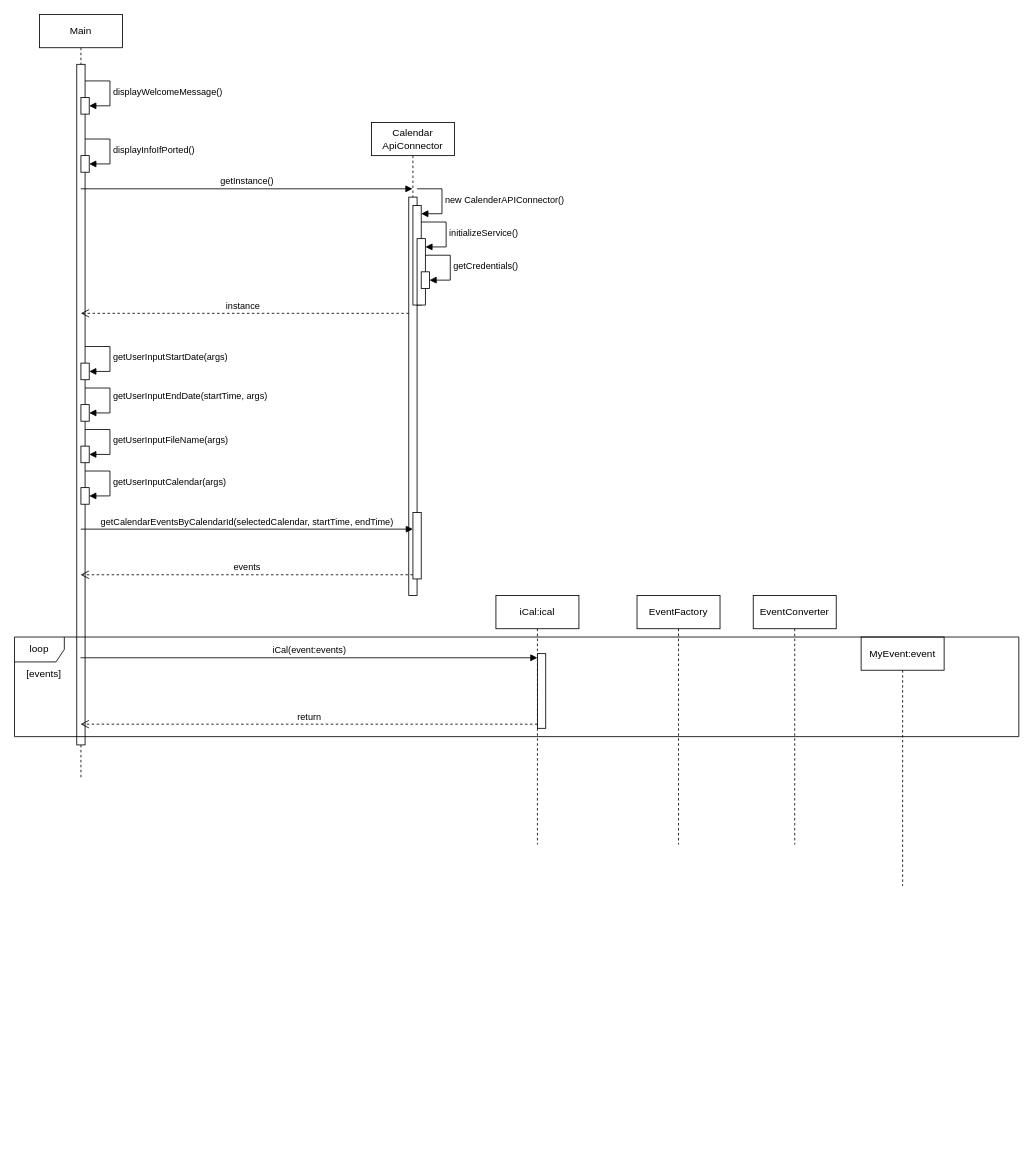
The draw.io diagram page "Sequenz-Diagramm" (2 of 2) of docs/Klassendiagramm.drawio in Edamame04/google_calendar_iCal, before the edit. Source tidied: cells renumbered, new cells numbered last; positions are measured from the earlier drawing's top-left corner, leaving out a move shared by most shapes. Both pictures are drawn from the tidied source at 83%, with x=0, y=0 at pixel (14, 14).
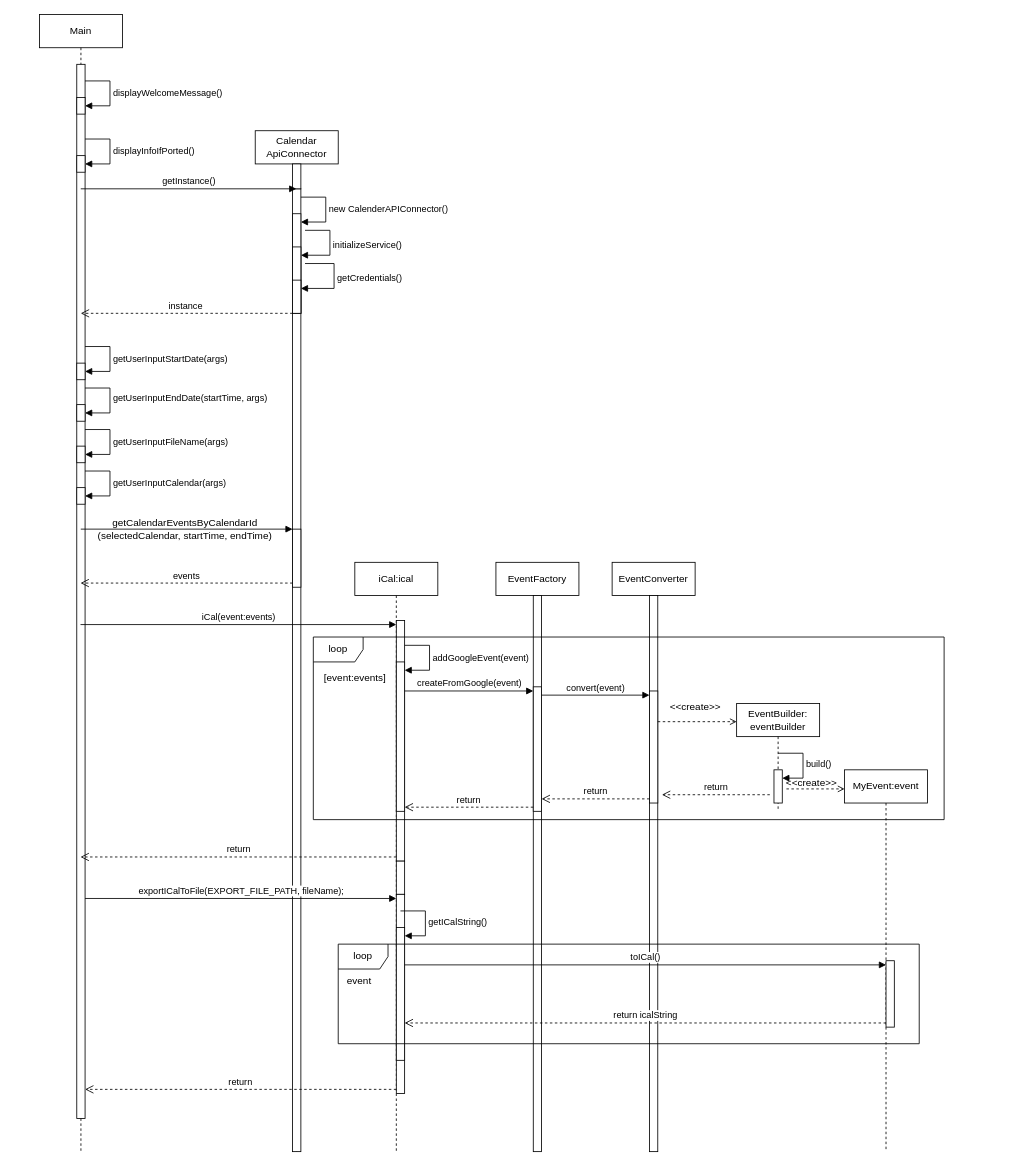
The same page after the edit.

The edit, as a diff of the source:
```diff
@@
     <mxCell id="2" value="Main" style="shape=umlLifeline;perimeter=lifelinePerimeter;whiteSpace=wrap;html=1;outlineConnect=0;portConstraint=eastwest;newEdgeStyle={&quot;curved&quot;:0,&quot;rounded&quot;:0};" parent="1" vertex="1">
-      <mxGeometry x="30" width="100" height="920" as="geometry" />
+      <mxGeometry x="30" width="100" height="1370" as="geometry" />
     </mxCell>
     <mxCell id="3" style="html=1;points=[[0,0,0,0,5],[0,1,0,0,-5],[1,0,0,0,5],[1,1,0,0,-5]];perimeter=orthogonalPerimeter;outlineConnect=0;targetShapes=umlLifeline;portConstraint=eastwest;newEdgeStyle={&quot;curved&quot;:0,&quot;rounded&quot;:0};" parent="2" vertex="1">
-      <mxGeometry x="45" y="60" width="10" height="820" as="geometry" />
+      <mxGeometry x="45" y="60" width="10" height="1270" as="geometry" />
     </mxCell>
     <mxCell id="4" style="html=1;points=[[0,0,0,0,5],[0,1,0,0,-5],[1,0,0,0,5],[1,1,0,0,-5]];perimeter=orthogonalPerimeter;outlineConnect=0;targetShapes=umlLifeline;portConstraint=eastwest;newEdgeStyle={&quot;curved&quot;:0,&quot;rounded&quot;:0};" parent="2" vertex="1">
-      <mxGeometry x="50" y="170" width="10" height="20" as="geometry" />
+      <mxGeometry x="45" y="170" width="10" height="20" as="geometry" />
     </mxCell>
@@
     <mxCell id="6" style="html=1;points=[[0,0,0,0,5],[0,1,0,0,-5],[1,0,0,0,5],[1,1,0,0,-5]];perimeter=orthogonalPerimeter;outlineConnect=0;targetShapes=umlLifeline;portConstraint=eastwest;newEdgeStyle={&quot;curved&quot;:0,&quot;rounded&quot;:0};" parent="2" vertex="1">
-      <mxGeometry x="50" y="100" width="10" height="20" as="geometry" />
+      <mxGeometry x="45" y="100" width="10" height="20" as="geometry" />
     </mxCell>
@@
     <mxCell id="8" style="html=1;points=[[0,0,0,0,5],[0,1,0,0,-5],[1,0,0,0,5],[1,1,0,0,-5]];perimeter=orthogonalPerimeter;outlineConnect=0;targetShapes=umlLifeline;portConstraint=eastwest;newEdgeStyle={&quot;curved&quot;:0,&quot;rounded&quot;:0};" parent="2" vertex="1">
-      <mxGeometry x="50" y="420" width="10" height="20" as="geometry" />
+      <mxGeometry x="45" y="420" width="10" height="20" as="geometry" />
     </mxCell>
@@
     <mxCell id="10" style="html=1;points=[[0,0,0,0,5],[0,1,0,0,-5],[1,0,0,0,5],[1,1,0,0,-5]];perimeter=orthogonalPerimeter;outlineConnect=0;targetShapes=umlLifeline;portConstraint=eastwest;newEdgeStyle={&quot;curved&quot;:0,&quot;rounded&quot;:0};" parent="2" vertex="1">
-      <mxGeometry x="50" y="470" width="10" height="20" as="geometry" />
+      <mxGeometry x="45" y="470" width="10" height="20" as="geometry" />
     </mxCell>
@@
     <mxCell id="12" style="html=1;points=[[0,0,0,0,5],[0,1,0,0,-5],[1,0,0,0,5],[1,1,0,0,-5]];perimeter=orthogonalPerimeter;outlineConnect=0;targetShapes=umlLifeline;portConstraint=eastwest;newEdgeStyle={&quot;curved&quot;:0,&quot;rounded&quot;:0};" parent="2" vertex="1">
-      <mxGeometry x="50" y="520" width="10" height="20" as="geometry" />
+      <mxGeometry x="45" y="520" width="10" height="20" as="geometry" />
     </mxCell>
@@
     <mxCell id="14" style="html=1;points=[[0,0,0,0,5],[0,1,0,0,-5],[1,0,0,0,5],[1,1,0,0,-5]];perimeter=orthogonalPerimeter;outlineConnect=0;targetShapes=umlLifeline;portConstraint=eastwest;newEdgeStyle={&quot;curved&quot;:0,&quot;rounded&quot;:0};" parent="2" vertex="1">
-      <mxGeometry x="50" y="570" width="10" height="20" as="geometry" />
+      <mxGeometry x="45" y="570" width="10" height="20" as="geometry" />
     </mxCell>
@@
     <mxCell id="16" value="Calendar&lt;div&gt;ApiConnector&lt;/div&gt;" style="shape=umlLifeline;perimeter=lifelinePerimeter;whiteSpace=wrap;html=1;outlineConnect=0;portConstraint=eastwest;newEdgeStyle={&quot;curved&quot;:0,&quot;rounded&quot;:0};" parent="1" vertex="1">
-      <mxGeometry x="430" y="130" width="100" height="570" as="geometry" />
+      <mxGeometry x="290" y="140" width="100" height="1230" as="geometry" />
     </mxCell>
     <mxCell id="17" style="html=1;points=[[0,0,0,0,5],[0,1,0,0,-5],[1,0,0,0,5],[1,1,0,0,-5]];perimeter=orthogonalPerimeter;outlineConnect=0;targetShapes=umlLifeline;portConstraint=eastwest;newEdgeStyle={&quot;curved&quot;:0,&quot;rounded&quot;:0};" parent="16" vertex="1">
-      <mxGeometry x="45" y="90" width="10" height="480" as="geometry" />
+      <mxGeometry x="45" y="70" width="10" height="1160" as="geometry" />
     </mxCell>
     <mxCell id="18" style="html=1;points=[[0,0,0,0,5],[0,1,0,0,-5],[1,0,0,0,5],[1,1,0,0,-5]];perimeter=orthogonalPerimeter;outlineConnect=0;targetShapes=umlLifeline;portConstraint=eastwest;newEdgeStyle={&quot;curved&quot;:0,&quot;rounded&quot;:0};" parent="16" vertex="1">
-      <mxGeometry x="50" y="100" width="10" height="120" as="geometry" />
+      <mxGeometry x="45" y="100" width="10" height="120" as="geometry" />
     </mxCell>
@@
     <mxCell id="20" style="html=1;points=[[0,0,0,0,5],[0,1,0,0,-5],[1,0,0,0,5],[1,1,0,0,-5]];perimeter=orthogonalPerimeter;outlineConnect=0;targetShapes=umlLifeline;portConstraint=eastwest;newEdgeStyle={&quot;curved&quot;:0,&quot;rounded&quot;:0};" parent="16" vertex="1">
-      <mxGeometry x="55" y="140" width="10" height="80" as="geometry" />
+      <mxGeometry x="45" y="140" width="10" height="80" as="geometry" />
     </mxCell>
@@
     <mxCell id="22" style="html=1;points=[[0,0,0,0,5],[0,1,0,0,-5],[1,0,0,0,5],[1,1,0,0,-5]];perimeter=orthogonalPerimeter;outlineConnect=0;targetShapes=umlLifeline;portConstraint=eastwest;newEdgeStyle={&quot;curved&quot;:0,&quot;rounded&quot;:0};" parent="16" vertex="1">
-      <mxGeometry x="60" y="180" width="10" height="20" as="geometry" />
+      <mxGeometry x="45" y="180" width="10" height="40" as="geometry" />
     </mxCell>
     <mxCell id="23" value="getCredentials()" style="html=1;align=left;spacingLeft=2;endArrow=block;rounded=0;edgeStyle=orthogonalEdgeStyle;curved=0;rounded=0;" parent="16" edge="1" target="22">
       <mxGeometry relative="1" as="geometry">
-        <mxPoint x="65" y="160" as="sourcePoint" />
+        <mxPoint x="60" y="160" as="sourcePoint" />
         <Array as="points">
           <mxPoint x="95" y="190" />
         </Array>
       </mxGeometry>
     </mxCell>
     <mxCell id="24" style="html=1;points=[[0,0,0,0,5],[0,1,0,0,-5],[1,0,0,0,5],[1,1,0,0,-5]];perimeter=orthogonalPerimeter;outlineConnect=0;targetShapes=umlLifeline;portConstraint=eastwest;newEdgeStyle={&quot;curved&quot;:0,&quot;rounded&quot;:0};" parent="16" vertex="1">
-      <mxGeometry x="50" y="470" width="10" height="80" as="geometry" />
+      <mxGeometry x="45" y="480" width="10" height="70" as="geometry" />
     </mxCell>
+    <mxCell id="38" style="html=1;perimeter=orthogonalPerimeter;targetShapes=umlLifeline;newEdgeStyle={&quot;curved&quot;:0,&quot;rounded&quot;:0};" parent="16" vertex="1">
+      <mxGeometry x="45" y="40" width="10" height="30" as="geometry" />
+    </mxCell>
@@
-    <mxCell id="27" value="getCalendarEventsByCalendarId(selectedCalendar, startTime, endTime)" style="html=1;verticalAlign=bottom;endArrow=block;curved=0;rounded=0;entryX=0;entryY=0;entryDx=0;entryDy=5;" parent="1" edge="1">
+    <mxCell id="27" style="html=1;verticalAlign=bottom;endArrow=block;curved=0;rounded=0;" parent="1" edge="1" target="24">
       <mxGeometry relative="1" as="geometry">
         <mxPoint x="79.8" y="620" as="sourcePoint" />
-        <mxPoint x="480" y="620" as="targetPoint" />
       </mxGeometry>
     </mxCell>
@@
     <mxCell id="29" value="iCal:ical" style="shape=umlLifeline;perimeter=lifelinePerimeter;whiteSpace=wrap;html=1;newEdgeStyle={&quot;curved&quot;:0,&quot;rounded&quot;:0};" parent="1" vertex="1">
-      <mxGeometry x="580" y="700" width="100" height="300" as="geometry" />
+      <mxGeometry x="410" y="660" width="100" height="710" as="geometry" />
     </mxCell>
     <mxCell id="30" style="html=1;points=[[0,0,0,0,5],[0,1,0,0,-5],[1,0,0,0,5],[1,1,0,0,-5]];perimeter=orthogonalPerimeter;outlineConnect=0;targetShapes=umlLifeline;portConstraint=eastwest;newEdgeStyle={&quot;curved&quot;:0,&quot;rounded&quot;:0};" parent="29" vertex="1">
-      <mxGeometry x="50" y="70" width="10" height="90" as="geometry" />
+      <mxGeometry x="50" y="70" width="10" height="290" as="geometry" />
     </mxCell>
+    <mxCell id="39" style="html=1;perimeter=orthogonalPerimeter;targetShapes=umlLifeline;newEdgeStyle={&quot;curved&quot;:0,&quot;rounded&quot;:0};" parent="29" vertex="1">
+      <mxGeometry x="50" y="360" width="10" height="40" as="geometry" />
+    </mxCell>
+    <mxCell id="40" style="html=1;points=[[0,0,0,0,5],[0,1,0,0,-5],[1,0,0,0,5],[1,1,0,0,-5]];perimeter=orthogonalPerimeter;outlineConnect=0;targetShapes=umlLifeline;portConstraint=eastwest;newEdgeStyle={&quot;curved&quot;:0,&quot;rounded&quot;:0};" parent="29" vertex="1">
+      <mxGeometry x="50" y="400" width="10" height="240" as="geometry" />
+    </mxCell>
+    <mxCell id="41" style="html=1;points=[[0,0,0,0,5],[0,1,0,0,-5],[1,0,0,0,5],[1,1,0,0,-5]];perimeter=orthogonalPerimeter;outlineConnect=0;targetShapes=umlLifeline;portConstraint=eastwest;newEdgeStyle={&quot;curved&quot;:0,&quot;rounded&quot;:0};" parent="29" vertex="1">
+      <mxGeometry x="50" y="440" width="10" height="160" as="geometry" />
+    </mxCell>
+    <mxCell id="42" value="getICalString()" style="html=1;align=left;spacingLeft=2;endArrow=block;rounded=0;edgeStyle=orthogonalEdgeStyle;curved=0;rounded=0;" parent="29" edge="1" target="41">
+      <mxGeometry relative="1" as="geometry">
+        <mxPoint x="55" y="420" as="sourcePoint" />
+        <Array as="points">
+          <mxPoint x="85" y="450" />
+        </Array>
+      </mxGeometry>
+    </mxCell>
@@
     <mxCell id="33" value="MyEvent:event" style="shape=umlLifeline;perimeter=lifelinePerimeter;whiteSpace=wrap;html=1;newEdgeStyle={&quot;curved&quot;:0,&quot;rounded&quot;:0};" parent="1" vertex="1">
-      <mxGeometry x="1020" y="750" width="100" height="300" as="geometry" />
+      <mxGeometry x="1000" y="910" width="100" height="460" as="geometry" />
     </mxCell>
+    <mxCell id="43" style="html=1;points=[[0,0,0,0,5],[0,1,0,0,-5],[1,0,0,0,5],[1,1,0,0,-5]];perimeter=orthogonalPerimeter;outlineConnect=0;targetShapes=umlLifeline;portConstraint=eastwest;newEdgeStyle={&quot;curved&quot;:0,&quot;rounded&quot;:0};" parent="33" vertex="1">
+      <mxGeometry x="50" y="230" width="10" height="80" as="geometry" />
+    </mxCell>
     <mxCell id="34" value="EventFactory" style="shape=umlLifeline;perimeter=lifelinePerimeter;whiteSpace=wrap;html=1;newEdgeStyle={&quot;curved&quot;:0,&quot;rounded&quot;:0};" parent="1" vertex="1">
-      <mxGeometry x="750" y="700" width="100" height="300" as="geometry" />
+      <mxGeometry x="580" y="660" width="100" height="710" as="geometry" />
     </mxCell>
+    <mxCell id="44" style="html=1;perimeter=orthogonalPerimeter;targetShapes=umlLifeline;newEdgeStyle={&quot;curved&quot;:0,&quot;rounded&quot;:0};" parent="34" vertex="1">
+      <mxGeometry x="45" y="40" width="10" height="670" as="geometry" />
+    </mxCell>
     <mxCell id="35" value="EventConverter" style="shape=umlLifeline;perimeter=lifelinePerimeter;whiteSpace=wrap;html=1;newEdgeStyle={&quot;curved&quot;:0,&quot;rounded&quot;:0};" parent="1" vertex="1">
-      <mxGeometry x="890" y="700" width="100" height="300" as="geometry" />
+      <mxGeometry x="720" y="660" width="100" height="710" as="geometry" />
     </mxCell>
+    <mxCell id="45" style="html=1;perimeter=orthogonalPerimeter;targetShapes=umlLifeline;newEdgeStyle={&quot;curved&quot;:0,&quot;rounded&quot;:0};" parent="35" vertex="1">
+      <mxGeometry x="45" y="40" width="10" height="670" as="geometry" />
+    </mxCell>
     <mxCell id="36" value="loop" style="shape=umlFrame;whiteSpace=wrap;html=1;" parent="1" vertex="1">
-      <mxGeometry y="750" width="1210" height="120" as="geometry" />
+      <mxGeometry x="360" y="750" width="760" height="220" as="geometry" />
     </mxCell>
-    <mxCell id="37" value="[events]" style="text;html=1;align=center;verticalAlign=middle;strokeColor=none;fillColor=none;" parent="1" vertex="1">
-      <mxGeometry y="780" width="70" height="30" as="geometry" />
+    <mxCell id="37" value="[event:events]" style="text;html=1;align=center;verticalAlign=middle;strokeColor=none;fillColor=none;" parent="1" vertex="1">
+      <mxGeometry x="360" y="785" width="100" height="30" as="geometry" />
     </mxCell>
+    <mxCell id="46" value="getCalendarEventsByCalendarId&lt;div&gt;(selectedCalendar, startTime, endTime)&lt;/div&gt;" style="text;html=1;align=center;verticalAlign=middle;strokeColor=none;fillColor=none;" parent="1" vertex="1">
+      <mxGeometry x="90" y="600" width="230" height="40" as="geometry" />
+    </mxCell>
+    <mxCell id="47" style="html=1;points=[[0,0,0,0,5],[0,1,0,0,-5],[1,0,0,0,5],[1,1,0,0,-5]];perimeter=orthogonalPerimeter;outlineConnect=0;targetShapes=umlLifeline;portConstraint=eastwest;newEdgeStyle={&quot;curved&quot;:0,&quot;rounded&quot;:0};" parent="1" vertex="1">
+      <mxGeometry x="460" y="780" width="10" height="180" as="geometry" />
+    </mxCell>
+    <mxCell id="48" value="addGoogleEvent(event)" style="html=1;align=left;spacingLeft=2;endArrow=block;rounded=0;edgeStyle=orthogonalEdgeStyle;curved=0;rounded=0;" parent="1" edge="1" target="47">
+      <mxGeometry relative="1" as="geometry">
+        <mxPoint x="470" y="760" as="sourcePoint" />
+        <Array as="points">
+          <mxPoint x="500" y="790" />
+        </Array>
+      </mxGeometry>
+    </mxCell>
+    <mxCell id="49" style="html=1;points=[[0,0,0,0,5],[0,1,0,0,-5],[1,0,0,0,5],[1,1,0,0,-5]];perimeter=orthogonalPerimeter;outlineConnect=0;targetShapes=umlLifeline;portConstraint=eastwest;newEdgeStyle={&quot;curved&quot;:0,&quot;rounded&quot;:0};" parent="1" vertex="1">
+      <mxGeometry x="625" y="810" width="10" height="150" as="geometry" />
+    </mxCell>
+    <mxCell id="50" value="createFromGoogle(event)" style="html=1;verticalAlign=bottom;endArrow=block;curved=0;rounded=0;entryX=0;entryY=0;entryDx=0;entryDy=5;" parent="1" edge="1" source="47" target="49">
+      <mxGeometry relative="1" as="geometry" />
+    </mxCell>
+    <mxCell id="51" value="return" style="html=1;verticalAlign=bottom;endArrow=open;dashed=1;endSize=8;curved=0;rounded=0;exitX=0;exitY=1;exitDx=0;exitDy=-5;" parent="1" edge="1" source="49" target="47">
+      <mxGeometry relative="1" as="geometry" />
+    </mxCell>
+    <mxCell id="52" style="html=1;points=[[0,0,0,0,5],[0,1,0,0,-5],[1,0,0,0,5],[1,1,0,0,-5]];perimeter=orthogonalPerimeter;outlineConnect=0;targetShapes=umlLifeline;portConstraint=eastwest;newEdgeStyle={&quot;curved&quot;:0,&quot;rounded&quot;:0};" parent="1" vertex="1">
+      <mxGeometry x="765" y="815" width="10" height="135" as="geometry" />
+    </mxCell>
+    <mxCell id="53" value="convert(event)" style="html=1;verticalAlign=bottom;endArrow=block;curved=0;rounded=0;entryX=0;entryY=0;entryDx=0;entryDy=5;" parent="1" edge="1" source="49" target="52">
+      <mxGeometry relative="1" as="geometry" />
+    </mxCell>
+    <mxCell id="54" value="return" style="html=1;verticalAlign=bottom;endArrow=open;dashed=1;endSize=8;curved=0;rounded=0;exitX=0;exitY=1;exitDx=0;exitDy=-5;" parent="1" edge="1" source="52" target="49">
+      <mxGeometry relative="1" as="geometry" />
+    </mxCell>
+    <mxCell id="55" value="EventBuilder:&lt;div&gt;eventBuilder&lt;/div&gt;" style="shape=umlLifeline;perimeter=lifelinePerimeter;whiteSpace=wrap;html=1;newEdgeStyle={&quot;curved&quot;:0,&quot;rounded&quot;:0};" parent="1" vertex="1">
+      <mxGeometry x="870" y="830" width="100" height="130" as="geometry" />
+    </mxCell>
+    <mxCell id="56" style="html=1;points=[[0,0,0,0,5],[0,1,0,0,-5],[1,0,0,0,5],[1,1,0,0,-5]];perimeter=orthogonalPerimeter;outlineConnect=0;targetShapes=umlLifeline;portConstraint=eastwest;newEdgeStyle={&quot;curved&quot;:0,&quot;rounded&quot;:0};" parent="55" vertex="1">
+      <mxGeometry x="45" y="80" width="10" height="40" as="geometry" />
+    </mxCell>
+    <mxCell id="57" value="build()" style="html=1;align=left;spacingLeft=2;endArrow=block;rounded=0;edgeStyle=orthogonalEdgeStyle;curved=0;rounded=0;" parent="55" edge="1" target="56">
+      <mxGeometry relative="1" as="geometry">
+        <mxPoint x="50" y="60" as="sourcePoint" />
+        <Array as="points">
+          <mxPoint x="80" y="90" />
+        </Array>
+      </mxGeometry>
+    </mxCell>
+    <mxCell id="58" style="endArrow=open;html=1;rounded=0;endFill=0;dashed=1;" parent="1" edge="1">
+      <mxGeometry relative="1" as="geometry">
+        <mxPoint x="930" y="933" as="sourcePoint" />
+        <mxPoint x="1000" y="933" as="targetPoint" />
+      </mxGeometry>
+    </mxCell>
+    <mxCell id="59" value="&amp;lt;&amp;lt;create&amp;gt;&amp;gt;" style="text;html=1;align=center;verticalAlign=middle;strokeColor=none;fillColor=none;" parent="1" vertex="1">
+      <mxGeometry x="920" y="911" width="80" height="30" as="geometry" />
+    </mxCell>
+    <mxCell id="60" style="endArrow=open;html=1;rounded=0;endFill=0;dashed=1;" parent="1" edge="1" source="52">
+      <mxGeometry relative="1" as="geometry">
+        <mxPoint x="870" y="852" as="targetPoint" />
+      </mxGeometry>
+    </mxCell>
+    <mxCell id="61" value="&amp;lt;&amp;lt;create&amp;gt;&amp;gt;" style="text;html=1;align=center;verticalAlign=middle;strokeColor=none;fillColor=none;" parent="1" vertex="1">
+      <mxGeometry x="780" y="820" width="80" height="30" as="geometry" />
+    </mxCell>
+    <mxCell id="62" value="return" style="html=1;verticalAlign=bottom;endArrow=open;dashed=1;endSize=8;curved=0;rounded=0;exitX=0;exitY=1;exitDx=0;exitDy=-5;" parent="1" edge="1" source="40" target="3">
+      <mxGeometry relative="1" as="geometry" />
+    </mxCell>
+    <mxCell id="63" value="exportICalToFile(EXPORT_FILE_PATH, fileName);" style="html=1;verticalAlign=bottom;endArrow=block;curved=0;rounded=0;entryX=0;entryY=0;entryDx=0;entryDy=5;" parent="1" edge="1" source="3" target="40">
+      <mxGeometry relative="1" as="geometry" />
+    </mxCell>
+    <mxCell id="64" value="toICal()" style="html=1;verticalAlign=bottom;endArrow=block;curved=0;rounded=0;entryX=0;entryY=0;entryDx=0;entryDy=5;" parent="1" edge="1" source="41" target="43">
+      <mxGeometry relative="1" as="geometry" />
+    </mxCell>
+    <mxCell id="65" value="return icalString" style="html=1;verticalAlign=bottom;endArrow=open;dashed=1;endSize=8;curved=0;rounded=0;exitX=0;exitY=1;exitDx=0;exitDy=-5;" parent="1" edge="1" source="43" target="41">
+      <mxGeometry relative="1" as="geometry" />
+    </mxCell>
+    <mxCell id="66" value="loop" style="shape=umlFrame;whiteSpace=wrap;html=1;" parent="1" vertex="1">
+      <mxGeometry x="390" y="1120" width="700" height="120" as="geometry" />
+    </mxCell>
+    <mxCell id="67" value="event" style="text;html=1;align=center;verticalAlign=middle;strokeColor=none;fillColor=none;" parent="1" vertex="1">
+      <mxGeometry x="390" y="1150" width="50" height="30" as="geometry" />
+    </mxCell>
+    <mxCell id="68" value="return" style="html=1;verticalAlign=bottom;endArrow=open;dashed=1;endSize=8;curved=0;rounded=0;exitX=0;exitY=1;exitDx=0;exitDy=-5;" parent="1" edge="1">
+      <mxGeometry relative="1" as="geometry">
+        <mxPoint x="910" y="940" as="sourcePoint" />
+        <mxPoint x="780" y="940" as="targetPoint" />
+      </mxGeometry>
+    </mxCell>
```
